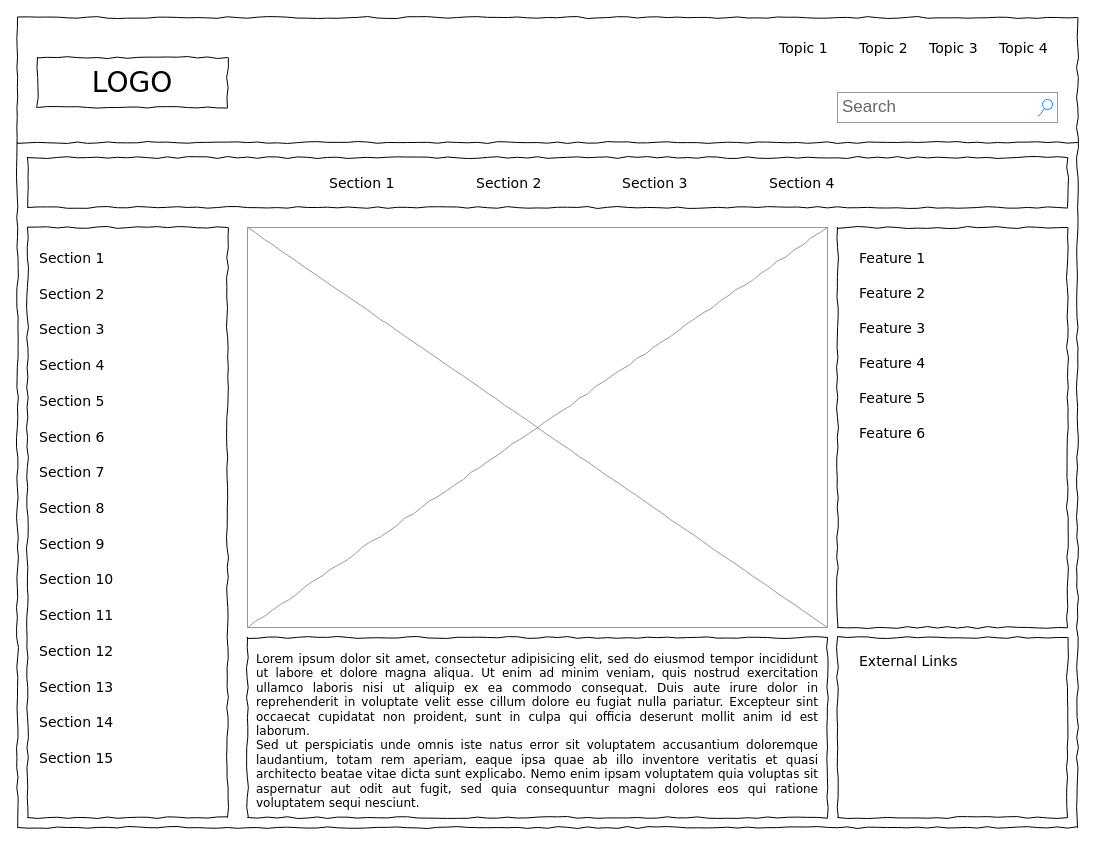
Before: Untitled Diagram.drawio in gospellevi/wdd131, a draw.io diagram. Source tidied: cells renumbered, new cells numbered last; positions are measured from the earlier drawing's top-left corner, leaving out a move shared by most shapes. Both pictures are drawn from the tidied source at 100%, with x=0, y=0 at pixel (17, 17).
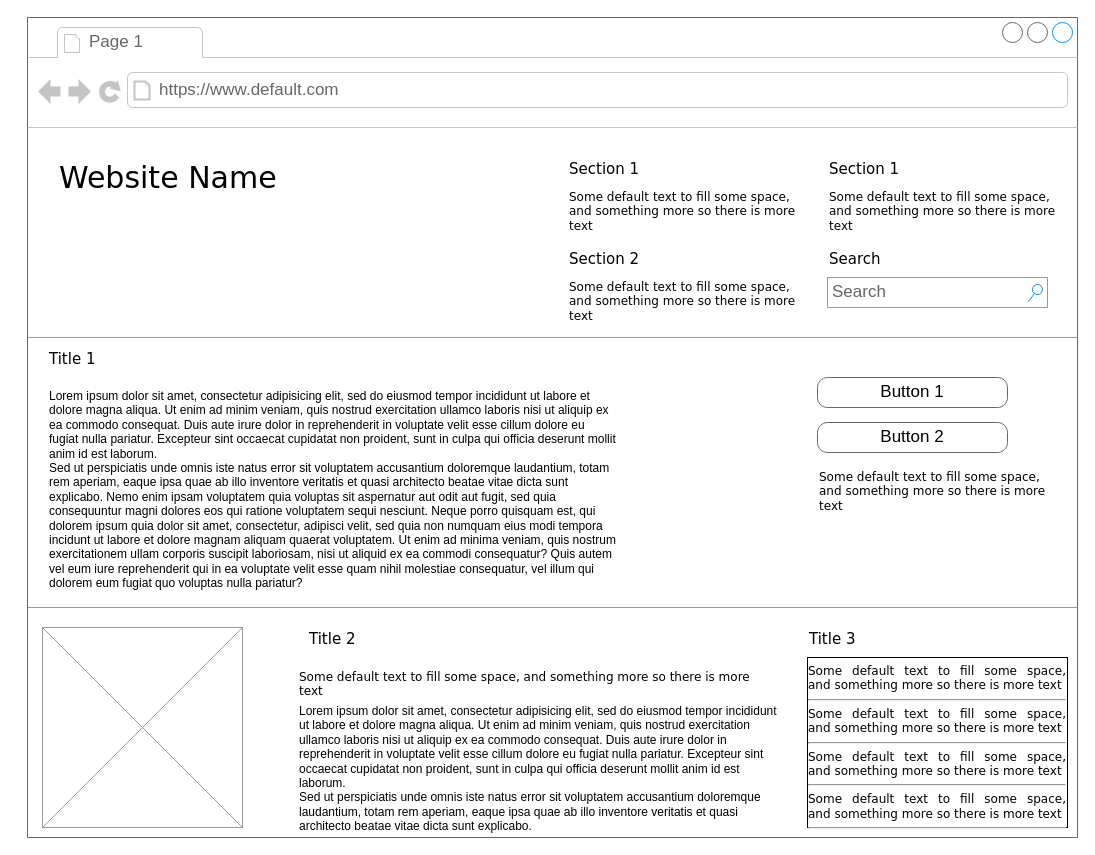
The same diagram, later.

Diff of the diagram source:
```diff
@@
-    <mxCell id="2" style="whiteSpace=wrap;html=1;rounded=0;shadow=0;labelBackgroundColor=none;strokeColor=#000000;strokeWidth=1;fillColor=none;fontFamily=Verdana;fontSize=12;fontColor=#000000;align=center;comic=1;" parent="1" vertex="1">
-      <mxGeometry width="1060" height="810" as="geometry" />
-    </mxCell>
-    <mxCell id="3" value="LOGO" style="whiteSpace=wrap;html=1;rounded=0;shadow=0;labelBackgroundColor=none;strokeWidth=1;fontFamily=Verdana;fontSize=28;align=center;comic=1;" parent="1" vertex="1">
-      <mxGeometry x="20" y="40" width="190" height="50" as="geometry" />
-    </mxCell>
-    <mxCell id="4" value="Search" style="strokeWidth=1;shadow=0;dashed=0;align=center;html=1;shape=mxgraph.mockup.forms.searchBox;strokeColor=#999999;mainText=;strokeColor2=#008cff;fontColor=#666666;fontSize=17;align=left;spacingLeft=3;rounded=0;labelBackgroundColor=none;comic=1;" parent="1" vertex="1">
-      <mxGeometry x="820" y="75" width="220" height="30" as="geometry" />
-    </mxCell>
-    <mxCell id="5" value="Topic 1" style="text;html=1;align=left;verticalAlign=top;spacingTop=-4;fontSize=14;fontFamily=Verdana;" parent="1" vertex="1">
-      <mxGeometry x="760" y="20" width="60" height="20" as="geometry" />
-    </mxCell>
-    <mxCell id="6" value="Topic 2" style="text;html=1;align=left;verticalAlign=top;spacingTop=-4;fontSize=14;fontFamily=Verdana;" parent="1" vertex="1">
-      <mxGeometry x="840" y="20" width="60" height="20" as="geometry" />
-    </mxCell>
-    <mxCell id="7" value="Topic 3" style="text;html=1;align=left;verticalAlign=top;spacingTop=-4;fontSize=14;fontFamily=Verdana;" parent="1" vertex="1">
-      <mxGeometry x="910" y="20" width="60" height="20" as="geometry" />
-    </mxCell>
-    <mxCell id="8" value="Topic 4" style="text;html=1;align=left;verticalAlign=top;spacingTop=-4;fontSize=14;fontFamily=Verdana;" parent="1" vertex="1">
-      <mxGeometry x="980" y="20" width="60" height="20" as="geometry" />
-    </mxCell>
-    <mxCell id="9" style="whiteSpace=wrap;html=1;rounded=0;shadow=0;labelBackgroundColor=none;strokeWidth=1;fillColor=none;fontFamily=Verdana;fontSize=12;align=center;comic=1;" parent="1" vertex="1">
-      <mxGeometry x="10" y="210" width="200" height="590" as="geometry" />
-    </mxCell>
-    <mxCell id="10" style="line;strokeWidth=1;html=1;rounded=0;shadow=0;labelBackgroundColor=none;fillColor=none;fontFamily=Verdana;fontSize=14;fontColor=#000000;align=center;comic=1;" parent="1" vertex="1">
-      <mxGeometry y="120" width="1060" height="10" as="geometry" />
-    </mxCell>
-    <mxCell id="11" style="whiteSpace=wrap;html=1;rounded=0;shadow=0;labelBackgroundColor=none;strokeWidth=1;fillColor=none;fontFamily=Verdana;fontSize=12;align=center;comic=1;" parent="1" vertex="1">
-      <mxGeometry x="10" y="140" width="1040" height="50" as="geometry" />
-    </mxCell>
-    <mxCell id="12" value="Section 1" style="text;html=1;align=left;verticalAlign=top;spacingTop=-4;fontSize=14;fontFamily=Verdana;" parent="1" vertex="1">
-      <mxGeometry x="310" y="155" width="60" height="20" as="geometry" />
-    </mxCell>
-    <mxCell id="13" value="Section 2" style="text;html=1;align=left;verticalAlign=top;spacingTop=-4;fontSize=14;fontFamily=Verdana;" parent="1" vertex="1">
-      <mxGeometry x="457" y="155" width="60" height="20" as="geometry" />
-    </mxCell>
-    <mxCell id="14" value="Section 3" style="text;html=1;align=left;verticalAlign=top;spacingTop=-4;fontSize=14;fontFamily=Verdana;" parent="1" vertex="1">
-      <mxGeometry x="603" y="155" width="60" height="20" as="geometry" />
-    </mxCell>
-    <mxCell id="15" value="Section 4" style="text;html=1;align=left;verticalAlign=top;spacingTop=-4;fontSize=14;fontFamily=Verdana;" parent="1" vertex="1">
-      <mxGeometry x="750" y="155" width="60" height="20" as="geometry" />
-    </mxCell>
-    <mxCell id="16" value="&lt;div style=&quot;text-align: justify&quot;&gt;&lt;span&gt;Lorem ipsum dolor sit amet, consectetur adipisicing elit, sed do eiusmod tempor incididunt ut labore et dolore magna aliqua. Ut enim ad minim veniam, quis nostrud exercitation ullamco laboris nisi ut aliquip ex ea commodo consequat. Duis aute irure dolor in reprehenderit in voluptate velit esse cillum dolore eu fugiat nulla pariatur. Excepteur sint occaecat cupidatat non proident, sunt in culpa qui officia deserunt mollit anim id est laborum.&lt;/span&gt;&lt;/div&gt;&lt;div style=&quot;text-align: justify&quot;&gt;&lt;span&gt;Sed ut perspiciatis unde omnis iste natus error sit voluptatem accusantium doloremque laudantium, totam rem aperiam, eaque ipsa quae ab illo inventore veritatis et quasi architecto beatae vitae dicta sunt explicabo. Nemo enim ipsam voluptatem quia voluptas sit aspernatur aut odit aut fugit, sed quia consequuntur magni dolores eos qui ratione voluptatem sequi nesciunt.&amp;nbsp;&lt;/span&gt;&lt;/div&gt;" style="whiteSpace=wrap;html=1;rounded=0;shadow=0;labelBackgroundColor=none;strokeWidth=1;fillColor=none;fontFamily=Verdana;fontSize=12;align=center;verticalAlign=top;spacing=10;comic=1;" parent="1" vertex="1">
-      <mxGeometry x="230" y="620" width="580" height="180" as="geometry" />
-    </mxCell>
-    <mxCell id="17" style="verticalLabelPosition=bottom;shadow=0;dashed=0;align=center;html=1;verticalAlign=top;strokeWidth=1;shape=mxgraph.mockup.graphics.simpleIcon;strokeColor=#999999;rounded=0;labelBackgroundColor=none;fontFamily=Verdana;fontSize=14;fontColor=#000000;comic=1;" parent="1" vertex="1">
-      <mxGeometry x="230" y="210" width="580" height="400" as="geometry" />
-    </mxCell>
-    <mxCell id="18" style="whiteSpace=wrap;html=1;rounded=0;shadow=0;labelBackgroundColor=none;strokeWidth=1;fillColor=none;fontFamily=Verdana;fontSize=12;align=center;comic=1;" parent="1" vertex="1">
-      <mxGeometry x="820" y="210" width="230" height="400" as="geometry" />
-    </mxCell>
-    <mxCell id="19" style="whiteSpace=wrap;html=1;rounded=0;shadow=0;labelBackgroundColor=none;strokeWidth=1;fillColor=none;fontFamily=Verdana;fontSize=12;align=center;comic=1;" parent="1" vertex="1">
-      <mxGeometry x="820" y="620" width="230" height="180" as="geometry" />
-    </mxCell>
-    <mxCell id="20" value="Section 1" style="text;html=1;align=left;verticalAlign=top;spacingTop=-4;fontSize=14;fontFamily=Verdana;" parent="1" vertex="1">
-      <mxGeometry x="20" y="230" width="170" height="20" as="geometry" />
-    </mxCell>
-    <mxCell id="21" value="Section 2" style="text;html=1;align=left;verticalAlign=top;spacingTop=-4;fontSize=14;fontFamily=Verdana;" parent="1" vertex="1">
-      <mxGeometry x="20" y="266" width="170" height="20" as="geometry" />
-    </mxCell>
-    <mxCell id="22" value="Section 3" style="text;html=1;align=left;verticalAlign=top;spacingTop=-4;fontSize=14;fontFamily=Verdana;" parent="1" vertex="1">
-      <mxGeometry x="20" y="301" width="170" height="20" as="geometry" />
-    </mxCell>
-    <mxCell id="23" value="Section 4" style="text;html=1;align=left;verticalAlign=top;spacingTop=-4;fontSize=14;fontFamily=Verdana;" parent="1" vertex="1">
-      <mxGeometry x="20" y="337" width="170" height="20" as="geometry" />
-    </mxCell>
-    <mxCell id="24" value="Section 7" style="text;html=1;align=left;verticalAlign=top;spacingTop=-4;fontSize=14;fontFamily=Verdana;" parent="1" vertex="1">
-      <mxGeometry x="20" y="444" width="170" height="20" as="geometry" />
-    </mxCell>
-    <mxCell id="25" value="Section 8" style="text;html=1;align=left;verticalAlign=top;spacingTop=-4;fontSize=14;fontFamily=Verdana;" parent="1" vertex="1">
-      <mxGeometry x="20" y="480" width="170" height="20" as="geometry" />
-    </mxCell>
-    <mxCell id="26" value="Section 9" style="text;html=1;align=left;verticalAlign=top;spacingTop=-4;fontSize=14;fontFamily=Verdana;" parent="1" vertex="1">
-      <mxGeometry x="20" y="516" width="170" height="20" as="geometry" />
-    </mxCell>
-    <mxCell id="27" value="Section 10" style="text;html=1;align=left;verticalAlign=top;spacingTop=-4;fontSize=14;fontFamily=Verdana;" parent="1" vertex="1">
-      <mxGeometry x="20" y="551" width="170" height="20" as="geometry" />
-    </mxCell>
-    <mxCell id="28" value="Section 11" style="text;html=1;align=left;verticalAlign=top;spacingTop=-4;fontSize=14;fontFamily=Verdana;" parent="1" vertex="1">
-      <mxGeometry x="20" y="587" width="170" height="20" as="geometry" />
-    </mxCell>
-    <mxCell id="29" value="Section 12" style="text;html=1;align=left;verticalAlign=top;spacingTop=-4;fontSize=14;fontFamily=Verdana;" parent="1" vertex="1">
-      <mxGeometry x="20" y="623" width="170" height="20" as="geometry" />
-    </mxCell>
-    <mxCell id="30" value="Section 13" style="text;html=1;align=left;verticalAlign=top;spacingTop=-4;fontSize=14;fontFamily=Verdana;" parent="1" vertex="1">
-      <mxGeometry x="20" y="659" width="170" height="20" as="geometry" />
-    </mxCell>
-    <mxCell id="31" value="Section 14" style="text;html=1;align=left;verticalAlign=top;spacingTop=-4;fontSize=14;fontFamily=Verdana;" parent="1" vertex="1">
-      <mxGeometry x="20" y="694" width="170" height="20" as="geometry" />
-    </mxCell>
-    <mxCell id="32" value="Section 5" style="text;html=1;align=left;verticalAlign=top;spacingTop=-4;fontSize=14;fontFamily=Verdana;" parent="1" vertex="1">
-      <mxGeometry x="20" y="373" width="170" height="20" as="geometry" />
-    </mxCell>
-    <mxCell id="33" value="Section 6" style="text;html=1;align=left;verticalAlign=top;spacingTop=-4;fontSize=14;fontFamily=Verdana;" parent="1" vertex="1">
-      <mxGeometry x="20" y="409" width="170" height="20" as="geometry" />
-    </mxCell>
-    <mxCell id="34" value="Section 15" style="text;html=1;align=left;verticalAlign=top;spacingTop=-4;fontSize=14;fontFamily=Verdana;" parent="1" vertex="1">
-      <mxGeometry x="20" y="730" width="170" height="20" as="geometry" />
-    </mxCell>
-    <mxCell id="35" value="External Links" style="text;html=1;align=left;verticalAlign=top;spacingTop=-4;fontSize=14;fontFamily=Verdana;" parent="1" vertex="1">
-      <mxGeometry x="840" y="633" width="170" height="20" as="geometry" />
-    </mxCell>
-    <mxCell id="36" value="Feature 1" style="text;html=1;align=left;verticalAlign=top;spacingTop=-4;fontSize=14;fontFamily=Verdana;" parent="1" vertex="1">
-      <mxGeometry x="840" y="230" width="170" height="20" as="geometry" />
-    </mxCell>
-    <mxCell id="37" value="Feature 2" style="text;html=1;align=left;verticalAlign=top;spacingTop=-4;fontSize=14;fontFamily=Verdana;" parent="1" vertex="1">
-      <mxGeometry x="840" y="265" width="170" height="20" as="geometry" />
-    </mxCell>
-    <mxCell id="38" value="Feature 3" style="text;html=1;align=left;verticalAlign=top;spacingTop=-4;fontSize=14;fontFamily=Verdana;" parent="1" vertex="1">
-      <mxGeometry x="840" y="300" width="170" height="20" as="geometry" />
-    </mxCell>
-    <mxCell id="39" value="Feature 4" style="text;html=1;align=left;verticalAlign=top;spacingTop=-4;fontSize=14;fontFamily=Verdana;" parent="1" vertex="1">
-      <mxGeometry x="840" y="335" width="170" height="20" as="geometry" />
-    </mxCell>
-    <mxCell id="40" value="Feature 5" style="text;html=1;align=left;verticalAlign=top;spacingTop=-4;fontSize=14;fontFamily=Verdana;" parent="1" vertex="1">
-      <mxGeometry x="840" y="370" width="170" height="20" as="geometry" />
-    </mxCell>
-    <mxCell id="41" value="Feature 6" style="text;html=1;align=left;verticalAlign=top;spacingTop=-4;fontSize=14;fontFamily=Verdana;" parent="1" vertex="1">
-      <mxGeometry x="840" y="405" width="170" height="20" as="geometry" />
-    </mxCell>
+    <mxCell id="42" style="strokeWidth=1;shadow=0;dashed=0;align=center;html=1;shape=mxgraph.mockup.containers.browserWindow;rSize=0;strokeColor=#666666;mainText=,;rounded=0;labelBackgroundColor=none;fontFamily=Verdana;fontSize=12;" parent="1" vertex="1">
+      <mxGeometry x="10" width="1050" height="820" as="geometry" />
+    </mxCell>
+    <mxCell id="43" value="Page 1" style="strokeWidth=1;shadow=0;dashed=0;align=center;html=1;shape=mxgraph.mockup.containers.anchor;fontSize=17;fontColor=#666666;align=left;" parent="42" vertex="1">
+      <mxGeometry x="60" y="12" width="110" height="26" as="geometry" />
+    </mxCell>
+    <mxCell id="44" value="https://www.default.com" style="strokeWidth=1;shadow=0;dashed=0;align=center;html=1;shape=mxgraph.mockup.containers.anchor;rSize=0;fontSize=17;fontColor=#666666;align=left;" parent="42" vertex="1">
+      <mxGeometry x="130" y="60" width="250" height="26" as="geometry" />
+    </mxCell>
+    <mxCell id="45" value="Website Name" style="text;html=1;align=left;verticalAlign=top;spacingTop=-4;fontSize=30;fontFamily=Verdana;" parent="42" vertex="1">
+      <mxGeometry x="30" y="140" width="340" height="50" as="geometry" />
+    </mxCell>
+    <mxCell id="46" value="Section 1" style="text;html=1;align=left;verticalAlign=top;spacingTop=-4;fontSize=15;fontFamily=Verdana;" parent="42" vertex="1">
+      <mxGeometry x="540" y="140" width="170" height="30" as="geometry" />
+    </mxCell>
+    <mxCell id="47" value="Some default text to fill some space, and&amp;nbsp;&lt;span&gt;something more so there is more text&lt;/span&gt;" style="text;html=1;align=left;verticalAlign=top;spacingTop=-4;fontSize=12;fontFamily=Verdana;whiteSpace=wrap;" parent="42" vertex="1">
+      <mxGeometry x="540" y="170" width="240" height="40" as="geometry" />
+    </mxCell>
+    <mxCell id="48" value="Section 2" style="text;html=1;align=left;verticalAlign=top;spacingTop=-4;fontSize=15;fontFamily=Verdana;" parent="42" vertex="1">
+      <mxGeometry x="540" y="230" width="170" height="30" as="geometry" />
+    </mxCell>
+    <mxCell id="49" value="Some default text to fill some space, and&amp;nbsp;&lt;span&gt;something more so there is more text&lt;/span&gt;" style="text;html=1;align=left;verticalAlign=top;spacingTop=-4;fontSize=12;fontFamily=Verdana;whiteSpace=wrap;" parent="42" vertex="1">
+      <mxGeometry x="540" y="260" width="240" height="40" as="geometry" />
+    </mxCell>
+    <mxCell id="50" value="Section 1" style="text;html=1;align=left;verticalAlign=top;spacingTop=-4;fontSize=15;fontFamily=Verdana;" parent="42" vertex="1">
+      <mxGeometry x="800" y="140" width="170" height="30" as="geometry" />
+    </mxCell>
+    <mxCell id="51" value="Some default text to fill some space, and&amp;nbsp;&lt;span&gt;something more so there is more text&lt;/span&gt;" style="text;html=1;align=left;verticalAlign=top;spacingTop=-4;fontSize=12;fontFamily=Verdana;whiteSpace=wrap;" parent="42" vertex="1">
+      <mxGeometry x="800" y="170" width="240" height="40" as="geometry" />
+    </mxCell>
+    <mxCell id="52" value="Search" style="text;html=1;align=left;verticalAlign=top;spacingTop=-4;fontSize=15;fontFamily=Verdana;" parent="42" vertex="1">
+      <mxGeometry x="800" y="230" width="170" height="30" as="geometry" />
+    </mxCell>
+    <mxCell id="53" value="Search" style="strokeWidth=1;shadow=0;dashed=0;align=center;html=1;shape=mxgraph.mockup.forms.searchBox;strokeColor=#999999;mainText=;strokeColor2=#008cff;fontColor=#666666;fontSize=17;align=left;spacingLeft=3;rounded=0;labelBackgroundColor=none;" parent="42" vertex="1">
+      <mxGeometry x="800" y="260" width="220" height="30" as="geometry" />
+    </mxCell>
+    <mxCell id="54" style="verticalLabelPosition=bottom;shadow=0;dashed=0;align=center;html=1;verticalAlign=top;strokeWidth=1;shape=mxgraph.mockup.markup.line;strokeColor=#999999;rounded=0;labelBackgroundColor=none;fillColor=#ffffff;fontFamily=Verdana;fontSize=12;fontColor=#000000;" parent="42" vertex="1">
+      <mxGeometry y="310" width="1050" height="20" as="geometry" />
+    </mxCell>
+    <mxCell id="55" value="Title 1" style="text;html=1;align=left;verticalAlign=top;spacingTop=-4;fontSize=15;fontFamily=Verdana;" parent="42" vertex="1">
+      <mxGeometry x="20" y="330" width="170" height="30" as="geometry" />
+    </mxCell>
+    <mxCell id="56" value="Lorem ipsum dolor sit amet, consectetur adipisicing elit, sed do eiusmod tempor incididunt ut labore et dolore magna aliqua. Ut enim ad minim veniam, quis nostrud exercitation ullamco laboris nisi ut aliquip ex ea commodo consequat. Duis aute irure dolor in reprehenderit in voluptate velit esse cillum dolore eu fugiat nulla pariatur. Excepteur sint occaecat cupidatat non proident, sunt in culpa qui officia deserunt mollit anim id est laborum.&#10;Sed ut perspiciatis unde omnis iste natus error sit voluptatem accusantium doloremque laudantium, totam rem aperiam, eaque ipsa quae ab illo inventore veritatis et quasi architecto beatae vitae dicta sunt explicabo. Nemo enim ipsam voluptatem quia voluptas sit aspernatur aut odit aut fugit, sed quia consequuntur magni dolores eos qui ratione voluptatem sequi nesciunt. Neque porro quisquam est, qui dolorem ipsum quia dolor sit amet, consectetur, adipisci velit, sed quia non numquam eius modi tempora incidunt ut labore et dolore magnam aliquam quaerat voluptatem. Ut enim ad minima veniam, quis nostrum exercitationem ullam corporis suscipit laboriosam, nisi ut aliquid ex ea commodi consequatur? Quis autem vel eum iure reprehenderit qui in ea voluptate velit esse quam nihil molestiae consequatur, vel illum qui dolorem eum fugiat quo voluptas nulla pariatur?" style="text;spacingTop=-5;whiteSpace=wrap;html=1;align=left;fontSize=12;fontFamily=Helvetica;fillColor=none;strokeColor=none;rounded=0;shadow=1;labelBackgroundColor=none;" parent="42" vertex="1">
+      <mxGeometry x="20" y="370" width="570" height="240" as="geometry" />
+    </mxCell>
+    <mxCell id="57" value="Button 1" style="strokeWidth=1;shadow=0;dashed=0;align=center;html=1;shape=mxgraph.mockup.buttons.button;strokeColor=#666666;mainText=;buttonStyle=round;fontSize=17;fontStyle=0;fillColor=none;whiteSpace=wrap;rounded=0;labelBackgroundColor=none;" parent="42" vertex="1">
+      <mxGeometry x="790" y="360" width="190" height="30" as="geometry" />
+    </mxCell>
+    <mxCell id="58" value="Button 2" style="strokeWidth=1;shadow=0;dashed=0;align=center;html=1;shape=mxgraph.mockup.buttons.button;strokeColor=#666666;mainText=;buttonStyle=round;fontSize=17;fontStyle=0;fillColor=none;whiteSpace=wrap;rounded=0;labelBackgroundColor=none;" parent="42" vertex="1">
+      <mxGeometry x="790" y="405" width="190" height="30" as="geometry" />
+    </mxCell>
+    <mxCell id="59" value="Some default text to fill some space, and&amp;nbsp;&lt;span&gt;something more so there is more text&lt;/span&gt;" style="text;html=1;align=left;verticalAlign=top;spacingTop=-4;fontSize=12;fontFamily=Verdana;whiteSpace=wrap;" parent="42" vertex="1">
+      <mxGeometry x="790" y="450" width="240" height="40" as="geometry" />
+    </mxCell>
+    <mxCell id="60" style="verticalLabelPosition=bottom;shadow=0;dashed=0;align=center;html=1;verticalAlign=top;strokeWidth=1;shape=mxgraph.mockup.markup.line;strokeColor=#999999;rounded=0;labelBackgroundColor=none;fillColor=#ffffff;fontFamily=Verdana;fontSize=12;fontColor=#000000;" parent="42" vertex="1">
+      <mxGeometry y="580" width="1050" height="20" as="geometry" />
+    </mxCell>
+    <mxCell id="61" style="verticalLabelPosition=bottom;shadow=0;dashed=0;align=center;html=1;verticalAlign=top;strokeWidth=1;shape=mxgraph.mockup.graphics.simpleIcon;strokeColor=#999999;fillColor=#ffffff;rounded=0;labelBackgroundColor=none;fontFamily=Verdana;fontSize=12;fontColor=#000000;" parent="42" vertex="1">
+      <mxGeometry x="15" y="610" width="200" height="200" as="geometry" />
+    </mxCell>
+    <mxCell id="62" value="Title 2" style="text;html=1;align=left;verticalAlign=top;spacingTop=-4;fontSize=15;fontFamily=Verdana;" parent="42" vertex="1">
+      <mxGeometry x="280" y="610" width="170" height="30" as="geometry" />
+    </mxCell>
+    <mxCell id="63" value="Title 3" style="text;html=1;align=left;verticalAlign=top;spacingTop=-4;fontSize=15;fontFamily=Verdana;" parent="42" vertex="1">
+      <mxGeometry x="780" y="610" width="170" height="30" as="geometry" />
+    </mxCell>
+    <mxCell id="64" value="&lt;div style=&quot;text-align: justify&quot;&gt;&lt;span&gt;Some default text to fill some space, and&amp;nbsp;&lt;/span&gt;&lt;span&gt;something more so there is more text&lt;/span&gt;&lt;/div&gt;&lt;div style=&quot;text-align: justify&quot;&gt;&lt;hr id=&quot;null&quot; style=&quot;text-align: justify&quot;&gt;&lt;span&gt;&lt;div style=&quot;text-align: justify&quot;&gt;&lt;span&gt;Some default text to fill some space, and&amp;nbsp;&lt;/span&gt;&lt;span&gt;something more so there is more text&lt;/span&gt;&lt;/div&gt;&lt;/span&gt;&lt;/div&gt;&lt;hr id=&quot;null&quot; style=&quot;text-align: justify&quot;&gt;&lt;span&gt;&lt;div style=&quot;text-align: justify&quot;&gt;&lt;span&gt;Some default text to fill some space, and&amp;nbsp;&lt;/span&gt;&lt;span&gt;something more so there is more text&lt;/span&gt;&lt;/div&gt;&lt;/span&gt;&lt;hr id=&quot;null&quot; style=&quot;text-align: justify&quot;&gt;&lt;span&gt;&lt;div style=&quot;text-align: justify&quot;&gt;&lt;span&gt;Some default text to fill some space, and&amp;nbsp;&lt;/span&gt;&lt;span&gt;something more so there is more text&lt;/span&gt;&lt;/div&gt;&lt;/span&gt;&lt;hr id=&quot;null&quot; style=&quot;text-align: left&quot;&gt;" style="whiteSpace=wrap;html=1;rounded=0;shadow=0;labelBackgroundColor=none;strokeWidth=1;fontFamily=Verdana;fontSize=12;align=center;verticalAlign=top;" parent="42" vertex="1">
+      <mxGeometry x="780" y="640" width="260" height="170" as="geometry" />
+    </mxCell>
+    <mxCell id="65" value="Some default text to fill some space, and&amp;nbsp;&lt;span&gt;something more so there is more text&lt;/span&gt;" style="text;html=1;align=left;verticalAlign=top;spacingTop=-4;fontSize=12;fontFamily=Verdana;whiteSpace=wrap;" parent="42" vertex="1">
+      <mxGeometry x="270" y="650" width="470" height="40" as="geometry" />
+    </mxCell>
+    <mxCell id="66" value="Lorem ipsum dolor sit amet, consectetur adipisicing elit, sed do eiusmod tempor incididunt ut labore et dolore magna aliqua. Ut enim ad minim veniam, quis nostrud exercitation ullamco laboris nisi ut aliquip ex ea commodo consequat. Duis aute irure dolor in reprehenderit in voluptate velit esse cillum dolore eu fugiat nulla pariatur. Excepteur sint occaecat cupidatat non proident, sunt in culpa qui officia deserunt mollit anim id est laborum.&lt;br&gt;Sed ut perspiciatis unde omnis iste natus error sit voluptatem accusantium doloremque laudantium, totam rem aperiam, eaque ipsa quae ab illo inventore veritatis et quasi architecto beatae vitae dicta sunt explicabo.&amp;nbsp;" style="text;spacingTop=-5;whiteSpace=wrap;html=1;align=left;fontSize=12;fontFamily=Helvetica;fillColor=none;strokeColor=none;rounded=0;shadow=1;labelBackgroundColor=none;" parent="1" vertex="1">
+      <mxGeometry x="280" y="685" width="490" height="125" as="geometry" />
+    </mxCell>
```
